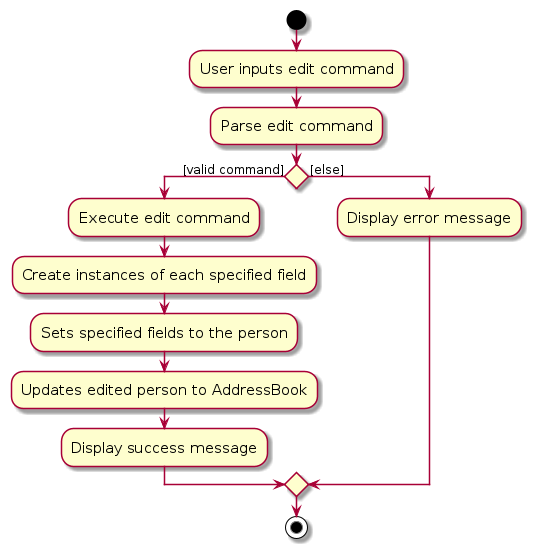
Ragnapop/tp keeps this PlantUML diagram as diagrams/EditDiagram.png. Above is the earlier version. Its source is kept beside it as diagrams/EditDiagram.puml. The source it was exported from:
```plantuml
@startuml
skin rose
skinparam ActivityFontSize 15
skinparam ArrowFontSize 12
start
:User inputs edit command;
:Parse edit command;


if () then ([valid command])
    :Execute edit command;
    :Create instances of each specified field;
    :Sets specified fields to the person;
    :Updates edited person to AddressBook;
    :Display success message;
else ([else])
    :Display error message;
endif
stop
@enduml
```
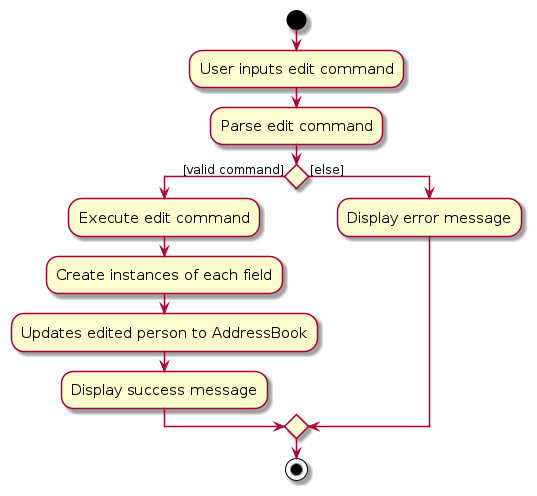
The same diagram one commit later.

The edit, as a diff of the source:
```diff
@@ -9,8 +9,7 @@
 
 if () then ([valid command])
     :Execute edit command;
-    :Create instances of each specified field;
-    :Sets specified fields to the person;
+    :Create instances of each field;
     :Updates edited person to AddressBook;
     :Display success message;
 else ([else])
```
